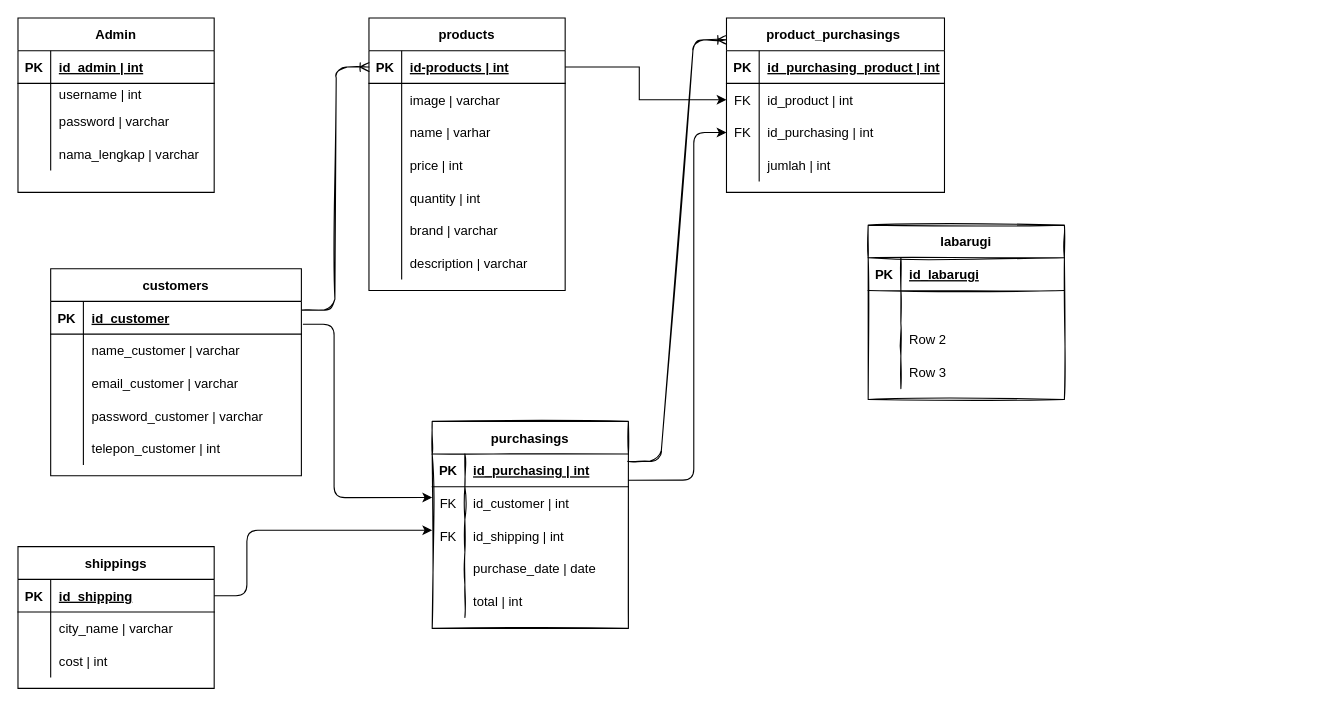
MoehammadAlji/redstore keeps this draw.io diagram as pertemuan2/RedStore/Redstore_db.drawio. Above is the earlier version. Source tidied: cells renumbered, new cells numbered last; positions are measured from the earlier drawing's top-left corner, leaving out a move shared by most shapes. Both pictures are drawn from the tidied source at 109%, with x=0, y=0 at pixel (17, 17).
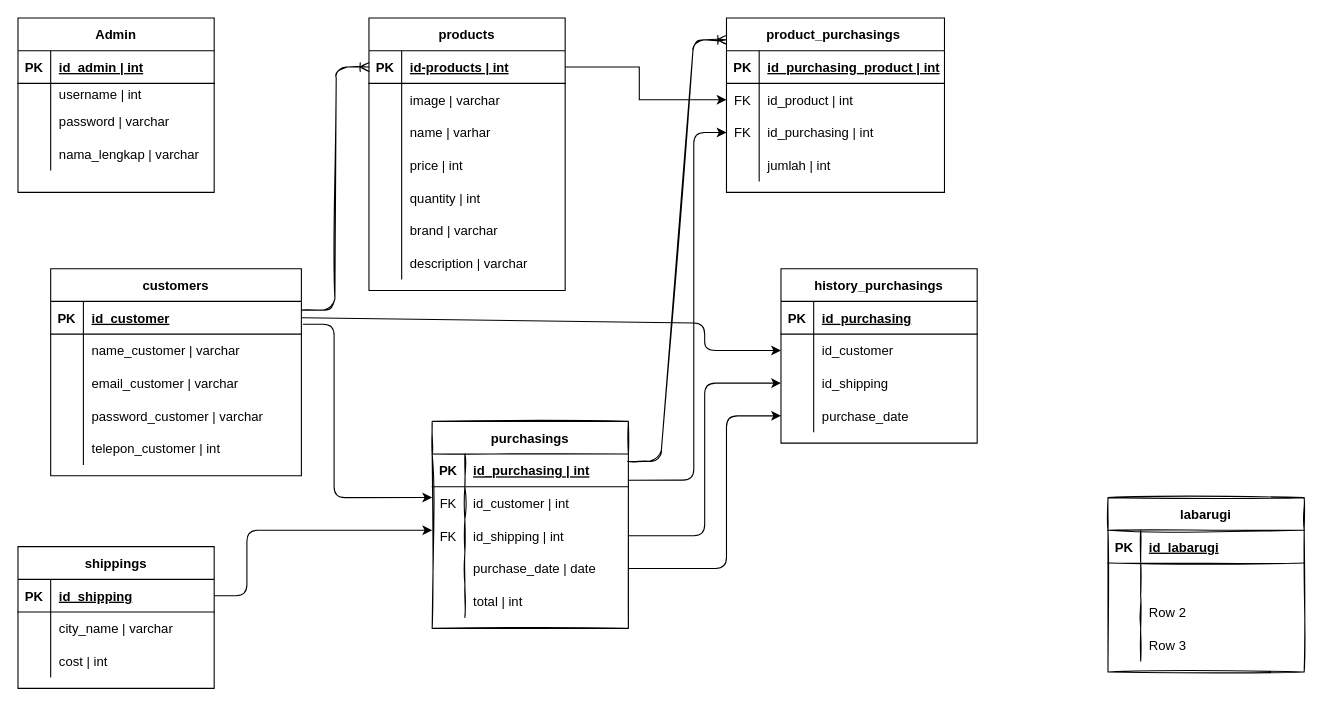
Above is the later version.

Unchanged cells that the change refers to:
```xml
<mxCell id="16" style="shape=tableRow;horizontal=0;startSize=0;swimlaneHead=0;swimlaneBody=0;fillColor=none;points=[[0,0.5],[1,0.5]];portConstraint=eastwest;top=0;left=0;right=0;bottom=1;" parent="15" vertex="1">
  <mxGeometry y="30" width="230" height="30" as="geometry" />
</mxCell>
<mxCell id="48" style="shape=tableRow;horizontal=0;startSize=0;swimlaneHead=0;swimlaneBody=0;fillColor=none;points=[[0,0.5],[1,0.5]];portConstraint=eastwest;top=0;left=0;right=0;bottom=0;" parent="41" vertex="1">
  <mxGeometry y="90" width="180" height="30" as="geometry" />
</mxCell>
<mxCell id="51" style="shape=tableRow;horizontal=0;startSize=0;swimlaneHead=0;swimlaneBody=0;fillColor=none;points=[[0,0.5],[1,0.5]];portConstraint=eastwest;top=0;left=0;right=0;bottom=0;" parent="41" vertex="1">
  <mxGeometry y="120" width="180" height="30" as="geometry" />
</mxCell>
```

The edit, as a diff of the source:
```diff
@@
     <mxCell id="98" value="labarugi" style="shape=table;startSize=30;childLayout=tableLayout;rowLines=0;fontStyle=1;align=center;rounded=0;shadow=0;sketch=1;gradientColor=none;" parent="1" vertex="1">
-      <mxGeometry x="780" y="190" width="180" height="160" as="geometry" />
+      <mxGeometry x="1000" y="440" width="180" height="160" as="geometry" />
     </mxCell>
@@
+    <mxCell id="111" value="history_purchasings" style="shape=table;startSize=30;childLayout=tableLayout;rowLines=0;fontStyle=1;align=center;" parent="1" vertex="1">
+      <mxGeometry x="700" y="230" width="180" height="160" as="geometry" />
+    </mxCell>
+    <mxCell id="112" style="shape=tableRow;horizontal=0;startSize=0;swimlaneHead=0;swimlaneBody=0;fillColor=none;top=0;left=0;right=0;bottom=1;" parent="111" vertex="1">
+      <mxGeometry y="30" width="180" height="30" as="geometry" />
+    </mxCell>
+    <mxCell id="113" value="PK" style="shape=partialRectangle;fillColor=none;top=0;left=0;bottom=0;right=0;fontStyle=1;overflow=hidden;" parent="112" vertex="1">
+      <mxGeometry width="30" height="30" as="geometry" />
+    </mxCell>
+    <mxCell id="114" value="id_purchasing" style="shape=partialRectangle;fillColor=none;top=0;left=0;bottom=0;right=0;align=left;spacingLeft=6;fontStyle=5;overflow=hidden;" parent="112" vertex="1">
+      <mxGeometry x="30" width="150" height="30" as="geometry" />
+    </mxCell>
+    <mxCell id="115" style="shape=tableRow;horizontal=0;startSize=0;swimlaneHead=0;swimlaneBody=0;fillColor=none;points=[[0,0.5],[1,0.5]];portConstraint=eastwest;top=0;left=0;right=0;bottom=0;" parent="111" vertex="1">
+      <mxGeometry y="60" width="180" height="30" as="geometry" />
+    </mxCell>
+    <mxCell id="116" style="shape=partialRectangle;fillColor=none;top=0;left=0;bottom=0;right=0;overflow=hidden;" parent="115" vertex="1">
+      <mxGeometry width="30" height="30" as="geometry" />
+    </mxCell>
+    <mxCell id="117" value="id_customer" style="shape=partialRectangle;fillColor=none;top=0;left=0;bottom=0;right=0;align=left;spacingLeft=6;overflow=hidden;" parent="115" vertex="1">
+      <mxGeometry x="30" width="150" height="30" as="geometry" />
+    </mxCell>
+    <mxCell id="118" style="shape=tableRow;horizontal=0;startSize=0;swimlaneHead=0;swimlaneBody=0;fillColor=none;points=[[0,0.5],[1,0.5]];portConstraint=eastwest;top=0;left=0;right=0;bottom=0;" parent="111" vertex="1">
+      <mxGeometry y="90" width="180" height="30" as="geometry" />
+    </mxCell>
+    <mxCell id="119" style="shape=partialRectangle;fillColor=none;top=0;left=0;bottom=0;right=0;overflow=hidden;" parent="118" vertex="1">
+      <mxGeometry width="30" height="30" as="geometry" />
+    </mxCell>
+    <mxCell id="120" value="id_shipping" style="shape=partialRectangle;fillColor=none;top=0;left=0;bottom=0;right=0;align=left;spacingLeft=6;overflow=hidden;" parent="118" vertex="1">
+      <mxGeometry x="30" width="150" height="30" as="geometry" />
+    </mxCell>
+    <mxCell id="121" style="shape=tableRow;horizontal=0;startSize=0;swimlaneHead=0;swimlaneBody=0;fillColor=none;points=[[0,0.5],[1,0.5]];portConstraint=eastwest;top=0;left=0;right=0;bottom=0;" parent="111" vertex="1">
+      <mxGeometry y="120" width="180" height="30" as="geometry" />
+    </mxCell>
+    <mxCell id="122" style="shape=partialRectangle;fillColor=none;top=0;left=0;bottom=0;right=0;overflow=hidden;" parent="121" vertex="1">
+      <mxGeometry width="30" height="30" as="geometry" />
+    </mxCell>
+    <mxCell id="123" value="purchase_date" style="shape=partialRectangle;fillColor=none;top=0;left=0;bottom=0;right=0;align=left;spacingLeft=6;overflow=hidden;" parent="121" vertex="1">
+      <mxGeometry x="30" width="150" height="30" as="geometry" />
+    </mxCell>
+    <mxCell id="124" style="endArrow=classic;html=1;rounded=1;exitX=1;exitY=0.5;exitDx=0;exitDy=0;entryX=0;entryY=0.5;entryDx=0;entryDy=0;" parent="1" edge="1" source="51" target="121">
+      <mxGeometry relative="1" as="geometry">
+        <Array as="points">
+          <mxPoint x="650" y="505" />
+          <mxPoint x="650" y="365" />
+        </Array>
+      </mxGeometry>
+    </mxCell>
+    <mxCell id="125" style="endArrow=classic;html=1;rounded=1;exitX=1;exitY=0.5;exitDx=0;exitDy=0;entryX=0;entryY=0.5;entryDx=0;entryDy=0;" parent="1" edge="1" source="48" target="118">
+      <mxGeometry relative="1" as="geometry">
+        <Array as="points">
+          <mxPoint x="630" y="475" />
+          <mxPoint x="630" y="335" />
+        </Array>
+      </mxGeometry>
+    </mxCell>
+    <mxCell id="126" style="endArrow=classic;html=1;rounded=1;exitX=1;exitY=0.5;exitDx=0;exitDy=0;entryX=0;entryY=0.5;entryDx=0;entryDy=0;" parent="1" edge="1" source="16" target="115">
+      <mxGeometry relative="1" as="geometry">
+        <Array as="points">
+          <mxPoint x="630" y="280" />
+          <mxPoint x="630" y="305" />
+          <mxPoint x="670" y="305" />
+        </Array>
+      </mxGeometry>
+    </mxCell>
```
